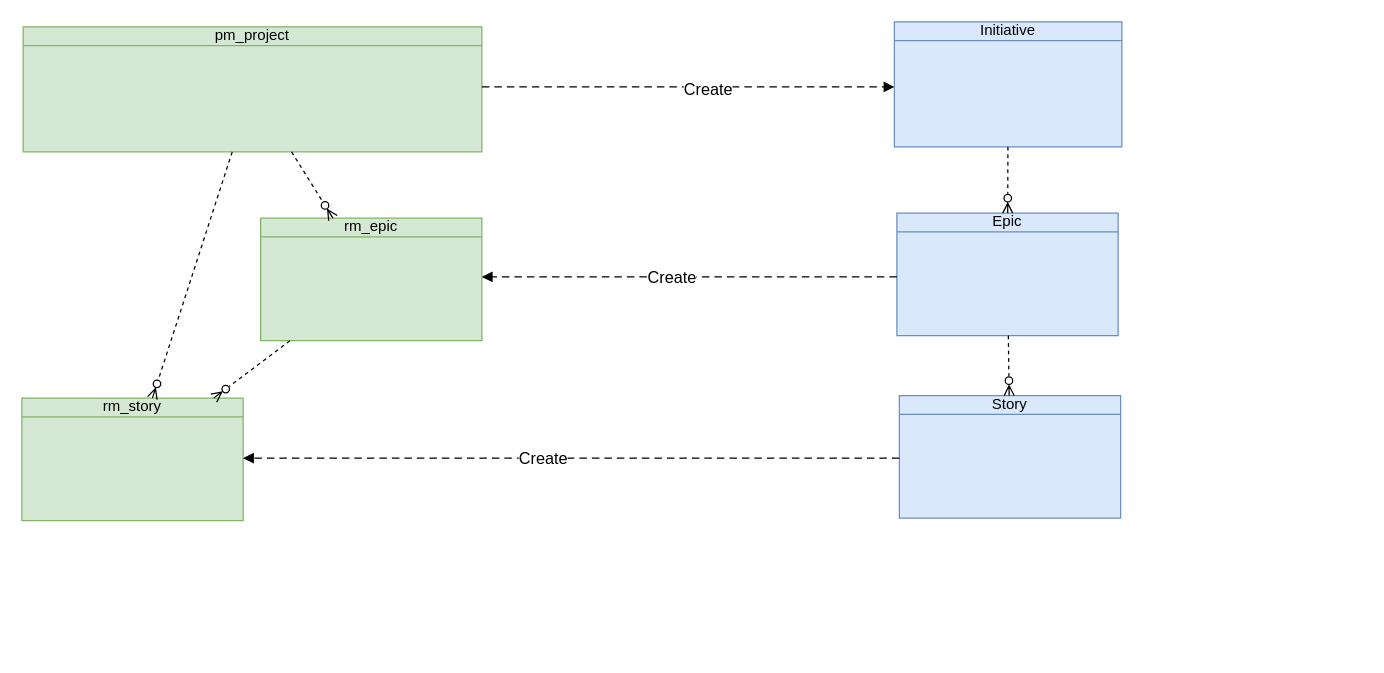
Above: page "ERD" (2 of 7) of Rossmann.drawio in algimas/tmp (draw.io), before the change. Source tidied: cells renumbered, new cells numbered last; positions are measured from the earlier drawing's top-left corner, leaving out a move shared by most shapes. Both pictures are drawn from the tidied source at 125%, with x=0, y=0 at pixel (21, 21).
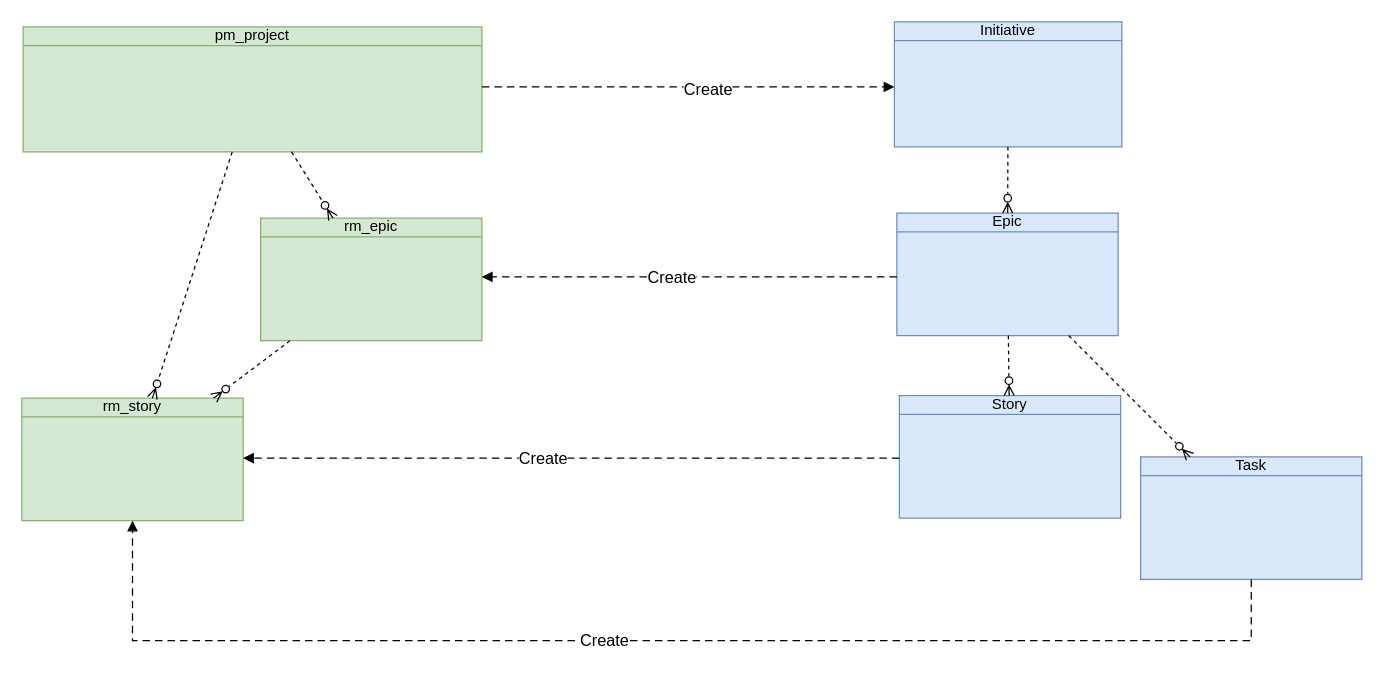
Above is the later version.

Unchanged cells that the change refers to:
```xml
<mxCell id="3" value="rm_story" style="html=1;outlineConnect=0;whiteSpace=wrap;fillColor=#d5e8d4;shape=mxgraph.archimate3.businessObject;overflow=fill;strokeColor=#82b366;" parent="1" vertex="1">
  <mxGeometry y="301" width="177" height="98" as="geometry" />
</mxCell>
<mxCell id="8" value="Epic" style="html=1;outlineConnect=0;whiteSpace=wrap;fillColor=#dae8fc;shape=mxgraph.archimate3.businessObject;overflow=fill;strokeColor=#6c8ebf;" parent="1" vertex="1">
  <mxGeometry x="700" y="153" width="177" height="98" as="geometry" />
</mxCell>
```

The edit, as a diff of the source:
```diff
@@
+    <mxCell id="19" value="Task" style="html=1;outlineConnect=0;whiteSpace=wrap;fillColor=#dae8fc;shape=mxgraph.archimate3.businessObject;overflow=fill;strokeColor=#6c8ebf;" parent="1" vertex="1">
+      <mxGeometry x="895" y="348" width="177" height="98" as="geometry" />
+    </mxCell>
+    <mxCell id="20" style="html=1;dashed=1;labelBackgroundColor=none;startArrow=none;endArrow=ERzeroToMany;fontFamily=Verdana;fontSize=12;align=left;startFill=0;endFill=0;" parent="1" edge="1" source="8" target="19">
+      <mxGeometry relative="1" as="geometry" />
+    </mxCell>
+    <mxCell id="21" style="edgeStyle=elbowEdgeStyle;html=1;endArrow=block;dashed=1;elbow=vertical;endFill=1;dashPattern=6 4;rounded=0;" parent="1" edge="1" source="19" target="3">
+      <mxGeometry relative="1" as="geometry">
+        <Array as="points">
+          <mxPoint x="554" y="495" />
+        </Array>
+      </mxGeometry>
+    </mxCell>
+    <mxCell id="22" value="Create" style="edgeLabel;html=1;align=center;verticalAlign=middle;fontSize=13;" parent="21" vertex="1">
+      <mxGeometry x="0.09" y="-1" relative="1" as="geometry" />
+    </mxCell>
```
